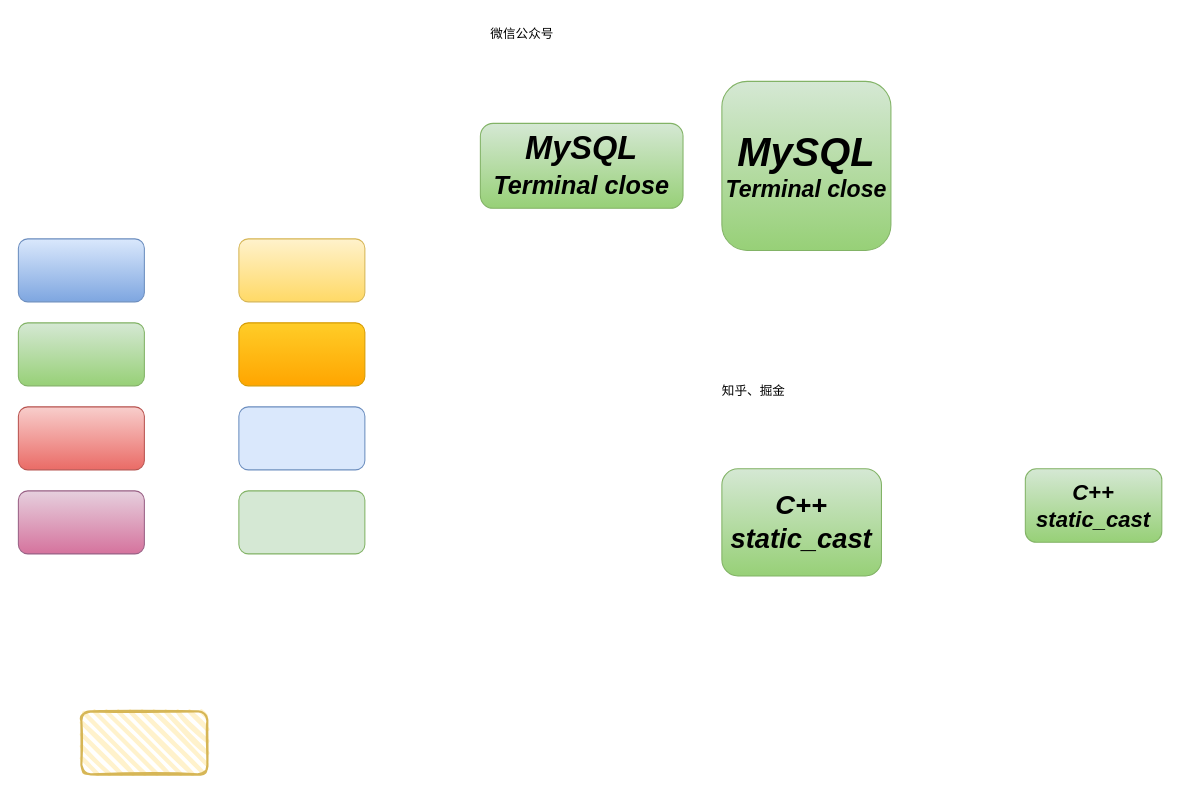
Before: 测试.drawio in wangxiaokun/mypic, a draw.io diagram. Source tidied: cells renumbered, new cells numbered last; positions are measured from the earlier drawing's top-left corner, leaving out a move shared by most shapes. Both pictures are drawn from the tidied source at 105%, with x=0, y=0 at pixel (18, 18).
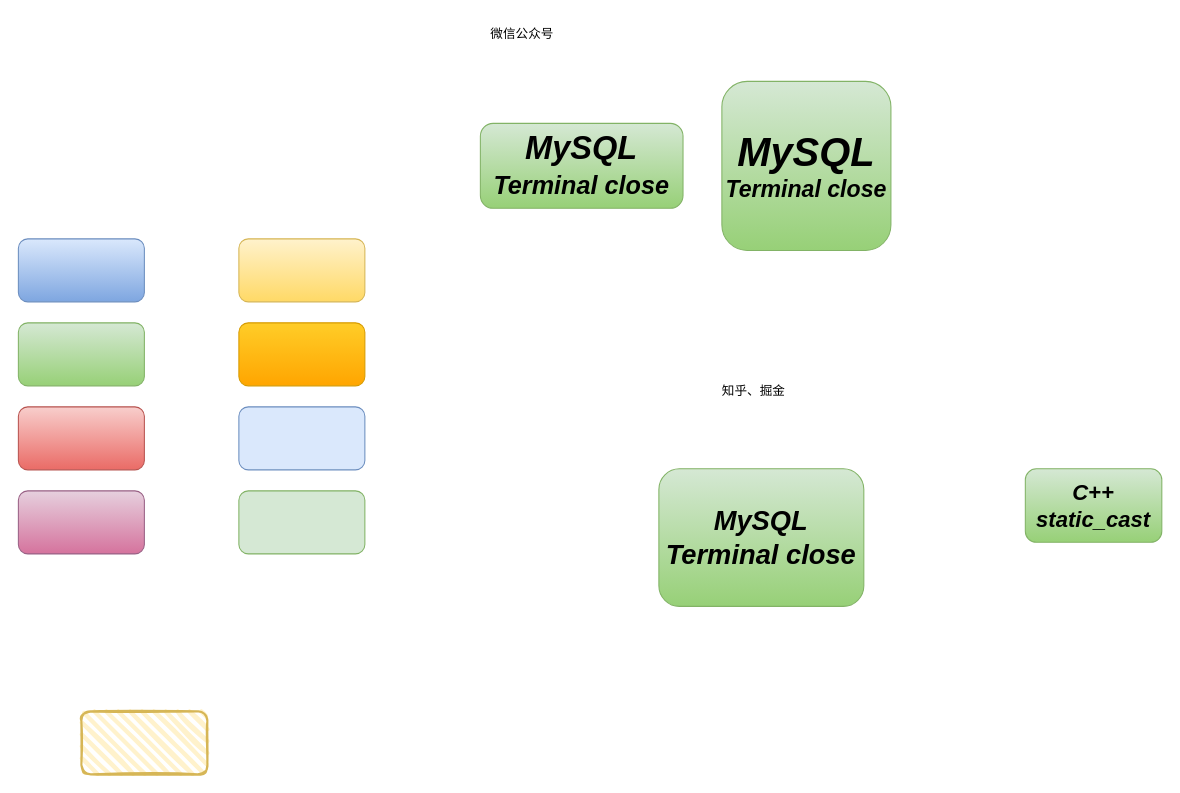
The same page after the edit.

Change to the diagram source:
```diff
@@
 <mxGraphModel>
   <root>
     <mxCell id="0" />
     <mxCell id="1" parent="0" />
     <mxCell id="2" style="rounded=1;whiteSpace=wrap;html=1;fillColor=#dae8fc;gradientColor=#7ea6e0;strokeColor=#6c8ebf;" parent="1" vertex="1">
       <mxGeometry y="210" width="120" height="60" as="geometry" />
     </mxCell>
     <mxCell id="3" style="rounded=1;whiteSpace=wrap;html=1;fillColor=#fff2cc;gradientColor=#ffd966;strokeColor=#d6b656;" parent="1" vertex="1">
       <mxGeometry x="210" y="210" width="120" height="60" as="geometry" />
     </mxCell>
     <mxCell id="4" style="rounded=1;whiteSpace=wrap;html=1;fillColor=#d5e8d4;gradientColor=#97d077;strokeColor=#82b366;" parent="1" vertex="1">
       <mxGeometry y="290" width="120" height="60" as="geometry" />
     </mxCell>
     <mxCell id="5" style="rounded=1;whiteSpace=wrap;html=1;fillColor=#e6d0de;gradientColor=#d5739d;strokeColor=#996185;" parent="1" vertex="1">
       <mxGeometry y="450" width="120" height="60" as="geometry" />
     </mxCell>
     <mxCell id="6" style="rounded=1;whiteSpace=wrap;html=1;fillColor=#f8cecc;gradientColor=#ea6b66;strokeColor=#b85450;" parent="1" vertex="1">
       <mxGeometry y="370" width="120" height="60" as="geometry" />
     </mxCell>
     <mxCell id="7" style="rounded=1;whiteSpace=wrap;html=1;fillColor=#ffcd28;gradientColor=#ffa500;strokeColor=#d79b00;" parent="1" vertex="1">
       <mxGeometry x="210" y="290" width="120" height="60" as="geometry" />
     </mxCell>
     <mxCell id="8" style="rounded=1;whiteSpace=wrap;html=1;fillColor=#dae8fc;strokeColor=#6c8ebf;" parent="1" vertex="1">
       <mxGeometry x="210" y="370" width="120" height="60" as="geometry" />
     </mxCell>
     <mxCell id="9" style="rounded=1;whiteSpace=wrap;html=1;fillColor=#d5e8d4;strokeColor=#82b366;" parent="1" vertex="1">
       <mxGeometry x="210" y="450" width="120" height="60" as="geometry" />
     </mxCell>
     <mxCell id="10" style="rounded=1;whiteSpace=wrap;html=1;strokeWidth=2;fillWeight=4;hachureGap=8;hachureAngle=45;fillColor=#fff2cc;sketch=1;strokeColor=#d6b656;" parent="1" vertex="1">
       <mxGeometry x="60" y="660" width="120" height="60" as="geometry" />
     </mxCell>
     <mxCell id="11" value="&lt;div&gt;&lt;font style=&quot;&quot;&gt;&lt;span style=&quot;font-size: 31px;&quot;&gt;MySQL&lt;/span&gt;&lt;br&gt;&lt;font style=&quot;font-size: 24px;&quot;&gt;Terminal close&lt;/font&gt;&lt;/font&gt;&lt;/div&gt;" style="rounded=1;whiteSpace=wrap;html=1;fillColor=#d5e8d4;gradientColor=#97d077;strokeColor=#82b366;fontStyle=3;fontSize=28;" parent="1" vertex="1">
       <mxGeometry x="440" y="100" width="193" height="80.9" as="geometry" />
     </mxCell>
     <mxCell id="12" value="&lt;i&gt;&lt;b&gt;&lt;font style=&quot;font-size: 38px;&quot;&gt;MySQL&lt;/font&gt;&lt;/b&gt;&lt;/i&gt;&lt;div&gt;&lt;i&gt;&lt;b&gt;&lt;font style=&quot;font-size: 22px;&quot;&gt;Terminal close&lt;/font&gt;&lt;/b&gt;&lt;/i&gt;&lt;/div&gt;" style="rounded=1;whiteSpace=wrap;html=1;fillColor=#d5e8d4;gradientColor=#97d077;strokeColor=#82b366;" parent="1" vertex="1">
       <mxGeometry x="670" y="60" width="161" height="161" as="geometry" />
     </mxCell>
-    <mxCell id="13" value="C++&lt;div&gt;static_cast&lt;/div&gt;" style="rounded=1;whiteSpace=wrap;html=1;fillColor=#d5e8d4;gradientColor=#97d077;strokeColor=#82b366;fontStyle=3;fontSize=26;" parent="1" vertex="1">
-      <mxGeometry x="670" y="429" width="152" height="102" as="geometry" />
+    <mxCell id="13" value="MySQL&lt;br&gt;&lt;div&gt;Terminal close&lt;/div&gt;" style="rounded=1;whiteSpace=wrap;html=1;fillColor=#d5e8d4;gradientColor=#97d077;strokeColor=#82b366;fontStyle=3;fontSize=26;" parent="1" vertex="1">
+      <mxGeometry x="610" y="429" width="195.2" height="131" as="geometry" />
     </mxCell>
     <mxCell id="14" value="微信公众号" style="text;html=1;whiteSpace=wrap;strokeColor=none;fillColor=none;align=center;verticalAlign=middle;rounded=0;" parent="1" vertex="1">
       <mxGeometry x="430" width="100" height="30" as="geometry" />
     </mxCell>
     <mxCell id="15" value="知乎、掘金" style="text;html=1;whiteSpace=wrap;strokeColor=none;fillColor=none;align=center;verticalAlign=middle;rounded=0;" parent="1" vertex="1">
       <mxGeometry x="650" y="340" width="101" height="30" as="geometry" />
     </mxCell>
     <mxCell id="16" value="C++&lt;br&gt;&lt;div&gt;static_cast&lt;/div&gt;" style="rounded=1;whiteSpace=wrap;html=1;fillColor=#d5e8d4;gradientColor=#97d077;strokeColor=#82b366;fontStyle=3;fontSize=21;" parent="1" vertex="1">
       <mxGeometry x="959" y="429" width="130" height="70" as="geometry" />
     </mxCell>
   </root>
 </mxGraphModel>
```
